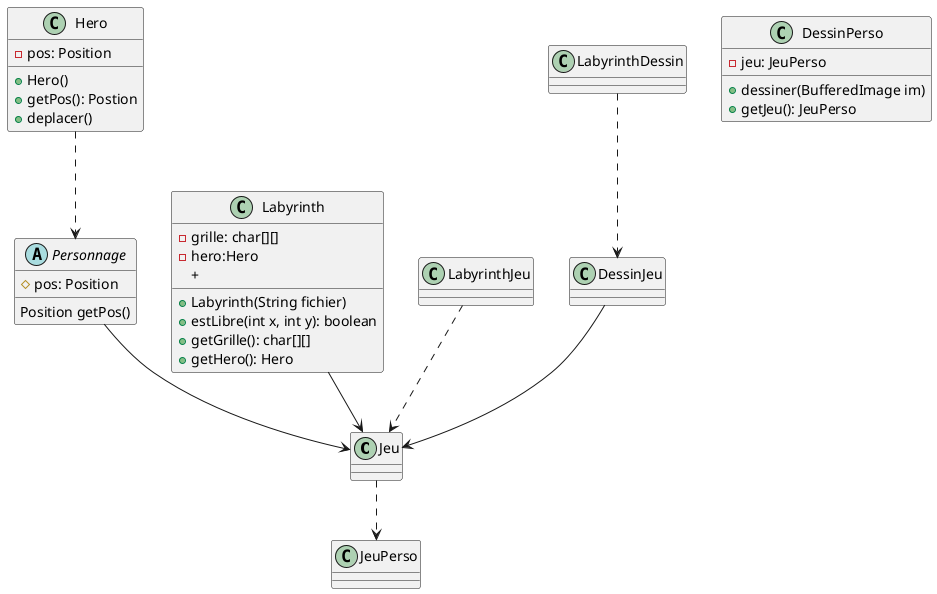
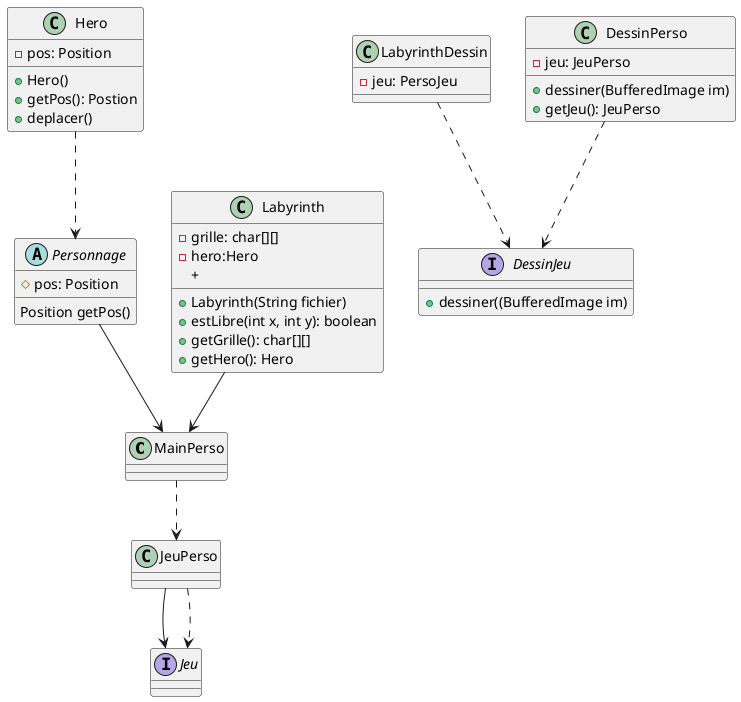
@startuml
'https://plantuml.com/class-diagram

- class Jeu
+ class MainPerso
+ 
+ interface Jeu

abstract Personnage{
#pos: Position
Position getPos()
}
+ 
class Hero{
-pos: Position
+Hero()
+getPos(): Postion
+deplacer()
}

class Labyrinth{
-grille: char[][]
-hero:Hero
+Labyrinth(String fichier)
+estLibre(int x, int y): boolean
+getGrille(): char[][]
+getHero(): Hero
+
}
- class LabyrinthJeu{
- }
+ 
class LabyrinthDessin{
+ -jeu: PersoJeu
}

- class DessinJeu{
+ interface DessinJeu{
+ +dessiner((BufferedImage im)
}
+ 
class DessinPerso{
-jeu: JeuPerso
+dessiner(BufferedImage im)
+getJeu(): JeuPerso
}
+ 
class JeuPerso{
}

Hero ..> Personnage
- Personnage --> Jeu
- Labyrinth --> Jeu
- Jeu ..> JeuPerso
- DessinJeu-->Jeu
- LabyrinthJeu..>Jeu
+ Personnage --> MainPerso
+ Labyrinth --> MainPerso
+ MainPerso ..> JeuPerso
+ DessinPerso..>DessinJeu
LabyrinthDessin..>DessinJeu
+ JeuPerso--> Jeu
+ JeuPerso..>Jeu


@enduml